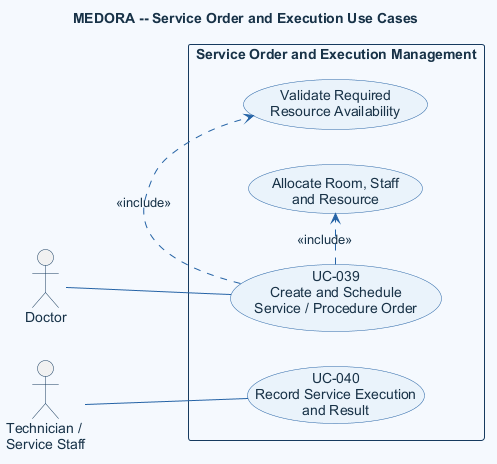
The PlantUML diagram doc/asset/03-system-requirements/use-case-by-function/medical-examination/figure/service-order-execution.png in DucDung-1107/SysDes_2026.1_Group_08, before a commit. The source it was exported from:
```plantuml
@startuml
title MEDORA -- Service Order and Execution Use Cases
left to right direction
skinparam shadowing false
skinparam defaultFontName Arial
skinparam defaultFontColor #183247
skinparam backgroundColor #F5F9FE
skinparam ArrowColor #2563A6
skinparam UsecaseBackgroundColor #EAF3FB
skinparam UsecaseBorderColor #2563A6
skinparam UsecaseFontColor #183247
skinparam ActorBorderColor #163A5F
skinparam ActorFontColor #183247
skinparam RectangleBackgroundColor #F5F9FE
skinparam RectangleBorderColor #163A5F

actor Doctor as doctor
actor "Technician /\nService Staff" as technician

rectangle "Service Order and Execution Management" {
  usecase "UC-039\nCreate and Schedule\nService / Procedure Order" as order
  usecase "Validate Required\nResource Availability" as availability
  usecase "Allocate Room, Staff\nand Resource" as allocation
  usecase "UC-040\nRecord Service Execution\nand Result" as result
}

doctor -- order
technician -- result

order .> availability : <<include>>
order .> allocation : <<include>>

@enduml
```
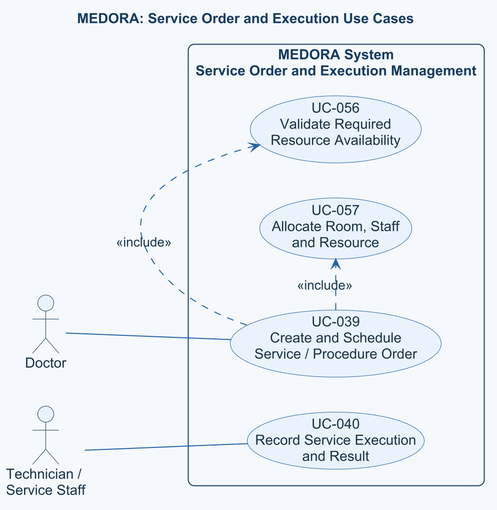
After the commit.

What changed in the source:
```diff
@@ -1,26 +1,16 @@
 @startuml
-title MEDORA -- Service Order and Execution Use Cases
+title MEDORA: Service Order and Execution Use Cases
+!include ../../../../shared/templates/medora-style.puml
+skinparam dpi 192
 left to right direction
-skinparam shadowing false
-skinparam defaultFontName Arial
-skinparam defaultFontColor #183247
-skinparam backgroundColor #F5F9FE
-skinparam ArrowColor #2563A6
-skinparam UsecaseBackgroundColor #EAF3FB
-skinparam UsecaseBorderColor #2563A6
-skinparam UsecaseFontColor #183247
-skinparam ActorBorderColor #163A5F
-skinparam ActorFontColor #183247
-skinparam RectangleBackgroundColor #F5F9FE
-skinparam RectangleBorderColor #163A5F
 
 actor Doctor as doctor
 actor "Technician /\nService Staff" as technician
 
-rectangle "Service Order and Execution Management" {
+rectangle "MEDORA System\nService Order and Execution Management" {
   usecase "UC-039\nCreate and Schedule\nService / Procedure Order" as order
-  usecase "Validate Required\nResource Availability" as availability
-  usecase "Allocate Room, Staff\nand Resource" as allocation
+  usecase "UC-056\nValidate Required\nResource Availability" as availability
+  usecase "UC-057\nAllocate Room, Staff\nand Resource" as allocation
   usecase "UC-040\nRecord Service Execution\nand Result" as result
 }
 
```
